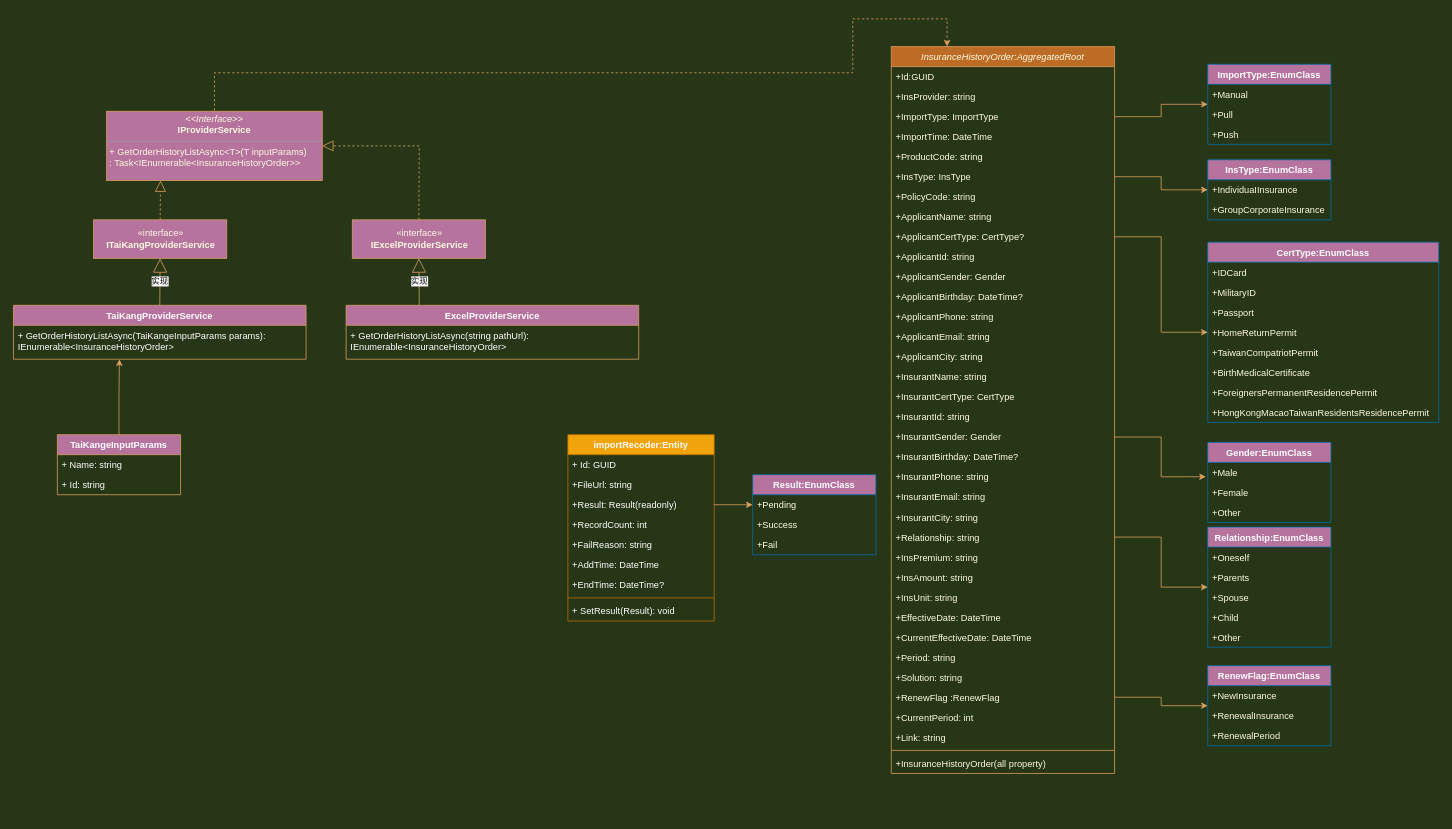
KQLei/diagrams keeps this draw.io diagram as Untitled Diagram.drawio. Above is the earlier version. Source tidied: cells renumbered, new cells numbered last; positions are measured from the earlier drawing's top-left corner, leaving out a move shared by most shapes. Both pictures are drawn from the tidied source at 77%, with x=0, y=0 at pixel (13, 18).
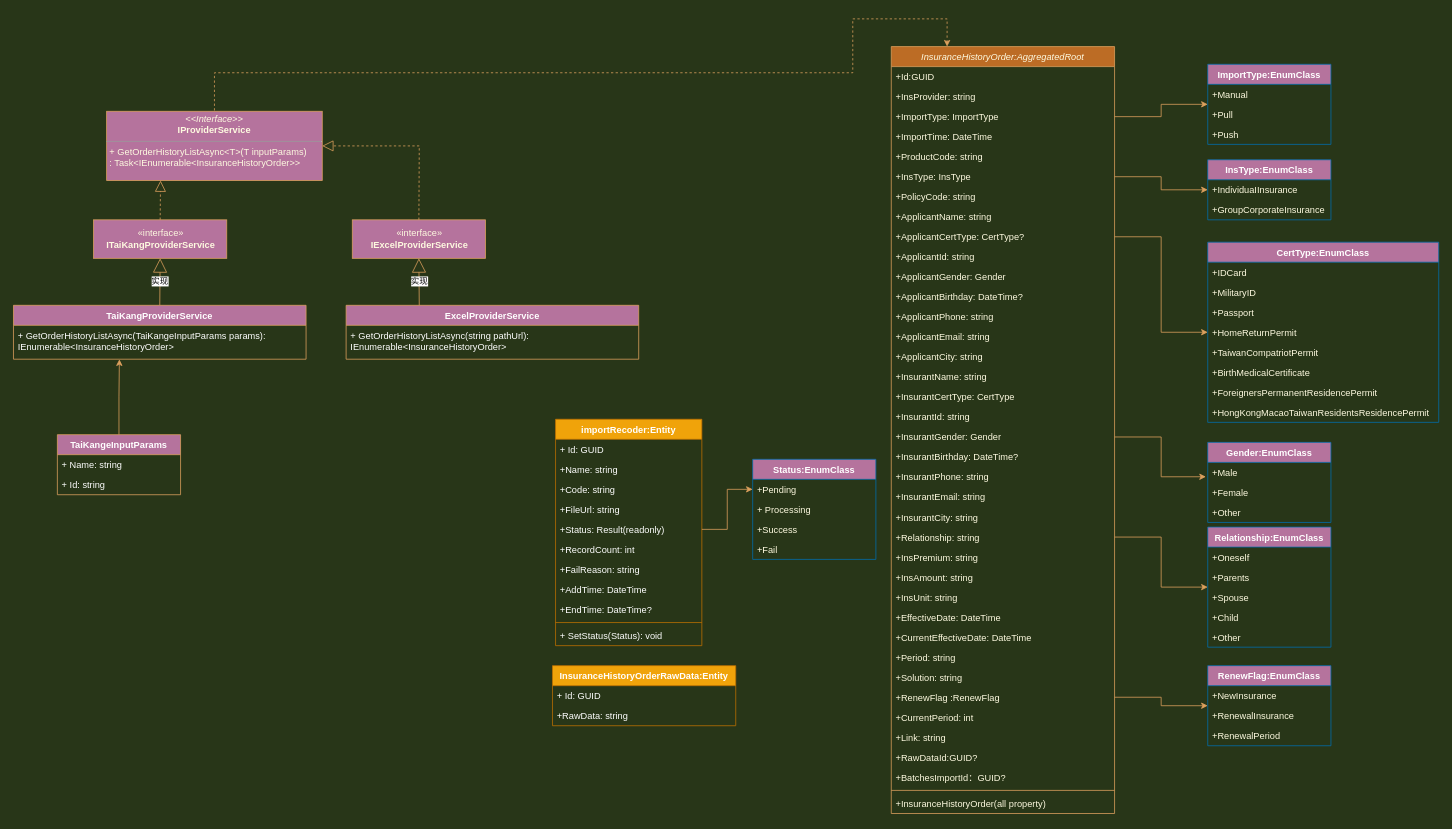
The same page after the edit.

The edit, as a diff of the source:
```diff
@@
     <mxCell id="2" value="InsuranceHistoryOrder:AggregatedRoot" style="swimlane;fontStyle=2;align=center;verticalAlign=top;horizontal=1;startSize=26;rounded=0;shadow=0;strokeWidth=1;fillColor=#BC6C25;strokeColor=#DDA15E;fontColor=#FEFAE0;" parent="1" vertex="1">
-      <mxGeometry x="1140" y="36" width="290" height="944" as="geometry" />
+      <mxGeometry x="1140" y="36" width="290" height="996" as="geometry" />
     </mxCell>
@@
+    <mxCell id="106" value="+RawDataId:GUID?" style="text;align=left;verticalAlign=top;spacingLeft=4;spacingRight=4;overflow=hidden;rounded=0;shadow=0;html=0;fontColor=#FEFAE0;" parent="2" vertex="1">
+      <mxGeometry y="910" width="290" height="26" as="geometry" />
+    </mxCell>
+    <mxCell id="107" value="+BatchesImportId：GUID?" style="text;align=left;verticalAlign=top;spacingLeft=4;spacingRight=4;overflow=hidden;rounded=0;shadow=0;html=0;fontColor=#FEFAE0;" parent="2" vertex="1">
+      <mxGeometry y="936" width="290" height="26" as="geometry" />
+    </mxCell>
     <mxCell id="37" style="line;html=1;strokeWidth=1;align=left;verticalAlign=middle;spacingTop=-1;spacingLeft=3;spacingRight=3;labelPosition=right;labelBackgroundColor=#283618;fillColor=#BC6C25;strokeColor=#DDA15E;fontColor=#FEFAE0;" parent="2" vertex="1">
-      <mxGeometry y="910" width="290" height="8" as="geometry" />
+      <mxGeometry y="962" width="290" height="8" as="geometry" />
     </mxCell>
     <mxCell id="38" value="+InsuranceHistoryOrder(all property)" style="text;align=left;verticalAlign=top;spacingLeft=4;spacingRight=4;overflow=hidden;fontColor=#FEFAE0;" parent="2" vertex="1">
-      <mxGeometry y="918" width="290" height="26" as="geometry" />
+      <mxGeometry y="970" width="290" height="26" as="geometry" />
     </mxCell>
@@
     <mxCell id="91" value="importRecoder:Entity" style="swimlane;fontStyle=1;align=center;verticalAlign=top;horizontal=1;startSize=26;strokeColor=#BD7000;fillColor=#f0a30a;fontColor=#FFFFFF;" parent="1" vertex="1">
-      <mxGeometry x="720" y="540" width="190" height="242" as="geometry" />
+      <mxGeometry x="704" y="520" width="190" height="294" as="geometry" />
     </mxCell>
@@
+    <mxCell id="108" value="+Name: string" style="text;strokeColor=none;fillColor=none;align=left;verticalAlign=top;spacingLeft=4;spacingRight=4;overflow=hidden;fontColor=#FFFFFF;" parent="91" vertex="1">
+      <mxGeometry y="52" width="190" height="26" as="geometry" />
+    </mxCell>
+    <mxCell id="109" value="+Code: string" style="text;strokeColor=none;fillColor=none;align=left;verticalAlign=top;spacingLeft=4;spacingRight=4;overflow=hidden;fontColor=#FFFFFF;" parent="91" vertex="1">
+      <mxGeometry y="78" width="190" height="26" as="geometry" />
+    </mxCell>
     <mxCell id="93" value="+FileUrl: string" style="text;strokeColor=none;fillColor=none;align=left;verticalAlign=top;spacingLeft=4;spacingRight=4;overflow=hidden;fontColor=#FFFFFF;" parent="91" vertex="1">
-      <mxGeometry y="52" width="190" height="26" as="geometry" />
+      <mxGeometry y="104" width="190" height="26" as="geometry" />
     </mxCell>
-    <mxCell id="94" value="+Result: Result(readonly)" style="text;strokeColor=none;fillColor=none;align=left;verticalAlign=top;spacingLeft=4;spacingRight=4;overflow=hidden;points=[[0,0.5],[1,0.5]];portConstraint=eastwest;fontColor=#FFFFFF;" parent="91" vertex="1">
-      <mxGeometry y="78" width="190" height="26" as="geometry" />
+    <mxCell id="94" value="+Status: Result(readonly)" style="text;strokeColor=none;fillColor=none;align=left;verticalAlign=top;spacingLeft=4;spacingRight=4;overflow=hidden;points=[[0,0.5],[1,0.5]];portConstraint=eastwest;fontColor=#FFFFFF;" parent="91" vertex="1">
+      <mxGeometry y="130" width="190" height="26" as="geometry" />
     </mxCell>
     <mxCell id="95" value="+RecordCount: int" style="text;strokeColor=none;fillColor=none;align=left;verticalAlign=top;spacingLeft=4;spacingRight=4;overflow=hidden;fontColor=#FFFFFF;" parent="91" vertex="1">
-      <mxGeometry y="104" width="190" height="26" as="geometry" />
+      <mxGeometry y="156" width="190" height="26" as="geometry" />
     </mxCell>
     <mxCell id="96" value="+FailReason: string" style="text;strokeColor=none;fillColor=none;align=left;verticalAlign=top;spacingLeft=4;spacingRight=4;overflow=hidden;fontColor=#FFFFFF;" parent="91" vertex="1">
-      <mxGeometry y="130" width="190" height="26" as="geometry" />
+      <mxGeometry y="182" width="190" height="26" as="geometry" />
     </mxCell>
     <mxCell id="97" value="+AddTime: DateTime" style="text;strokeColor=none;fillColor=none;align=left;verticalAlign=top;spacingLeft=4;spacingRight=4;overflow=hidden;fontColor=#FFFFFF;" parent="91" vertex="1">
-      <mxGeometry y="156" width="190" height="26" as="geometry" />
+      <mxGeometry y="208" width="190" height="26" as="geometry" />
     </mxCell>
     <mxCell id="98" value="+EndTime: DateTime?" style="text;strokeColor=none;fillColor=none;align=left;verticalAlign=top;spacingLeft=4;spacingRight=4;overflow=hidden;fontColor=#FFFFFF;" parent="91" vertex="1">
-      <mxGeometry y="182" width="190" height="26" as="geometry" />
+      <mxGeometry y="234" width="190" height="26" as="geometry" />
     </mxCell>
     <mxCell id="99" style="line;strokeWidth=1;fillColor=none;align=left;verticalAlign=middle;spacingTop=-1;spacingLeft=3;spacingRight=3;labelPosition=right;strokeColor=inherit;fontColor=#FFFFFF;" parent="91" vertex="1">
-      <mxGeometry y="208" width="190" height="8" as="geometry" />
+      <mxGeometry y="260" width="190" height="8" as="geometry" />
     </mxCell>
-    <mxCell id="100" value="+ SetResult(Result): void" style="text;strokeColor=none;fillColor=none;align=left;verticalAlign=top;spacingLeft=4;spacingRight=4;overflow=hidden;fontColor=#FFFFFF;" parent="91" vertex="1">
-      <mxGeometry y="216" width="190" height="26" as="geometry" />
+    <mxCell id="100" value="+ SetStatus(Status): void" style="text;strokeColor=none;fillColor=none;align=left;verticalAlign=top;spacingLeft=4;spacingRight=4;overflow=hidden;fontColor=#FFFFFF;" parent="91" vertex="1">
+      <mxGeometry y="268" width="190" height="26" as="geometry" />
     </mxCell>
-    <mxCell id="101" value="Result:EnumClass" style="swimlane;fontStyle=1;align=center;verticalAlign=top;horizontal=1;startSize=26;strokeColor=#006EAF;fillColor=#B5739D;fontColor=#ffffff;" parent="1" vertex="1">
-      <mxGeometry x="960" y="592" width="160" height="104" as="geometry" />
+    <mxCell id="101" value="Status:EnumClass" style="swimlane;fontStyle=1;align=center;verticalAlign=top;horizontal=1;startSize=26;strokeColor=#006EAF;fillColor=#B5739D;fontColor=#ffffff;" parent="1" vertex="1">
+      <mxGeometry x="960" y="572" width="160" height="130" as="geometry" />
     </mxCell>
@@
+    <mxCell id="110" value="+ Processing" style="text;strokeColor=none;fillColor=none;align=left;verticalAlign=top;spacingLeft=4;spacingRight=4;overflow=hidden;fontColor=#FEFAE0;" parent="101" vertex="1">
+      <mxGeometry y="52" width="160" height="26" as="geometry" />
+    </mxCell>
     <mxCell id="103" value="+Success" style="text;strokeColor=none;fillColor=none;align=left;verticalAlign=top;spacingLeft=4;spacingRight=4;overflow=hidden;fontColor=#FEFAE0;" parent="101" vertex="1">
-      <mxGeometry y="52" width="160" height="26" as="geometry" />
+      <mxGeometry y="78" width="160" height="26" as="geometry" />
     </mxCell>
     <mxCell id="104" value="+Fail" style="text;strokeColor=none;fillColor=none;align=left;verticalAlign=top;spacingLeft=4;spacingRight=4;overflow=hidden;fontColor=#FEFAE0;" parent="101" vertex="1">
-      <mxGeometry y="78" width="160" height="26" as="geometry" />
+      <mxGeometry y="104" width="160" height="26" as="geometry" />
     </mxCell>
@@
+    <mxCell id="111" value="InsuranceHistoryOrderRawData:Entity" style="swimlane;fontStyle=1;align=center;verticalAlign=top;horizontal=1;startSize=26;strokeColor=#BD7000;fillColor=#f0a30a;fontColor=#FFFFFF;" parent="1" vertex="1">
+      <mxGeometry x="700" y="840" width="238" height="78" as="geometry" />
+    </mxCell>
+    <mxCell id="112" value="+ Id: GUID" style="text;strokeColor=none;fillColor=none;align=left;verticalAlign=top;spacingLeft=4;spacingRight=4;overflow=hidden;fontColor=#FFFFFF;" parent="111" vertex="1">
+      <mxGeometry y="26" width="238" height="26" as="geometry" />
+    </mxCell>
+    <mxCell id="113" value="+RawData: string" style="text;strokeColor=none;fillColor=none;align=left;verticalAlign=top;spacingLeft=4;spacingRight=4;overflow=hidden;fontColor=#FFFFFF;" parent="111" vertex="1">
+      <mxGeometry y="52" width="238" height="26" as="geometry" />
+    </mxCell>
```
